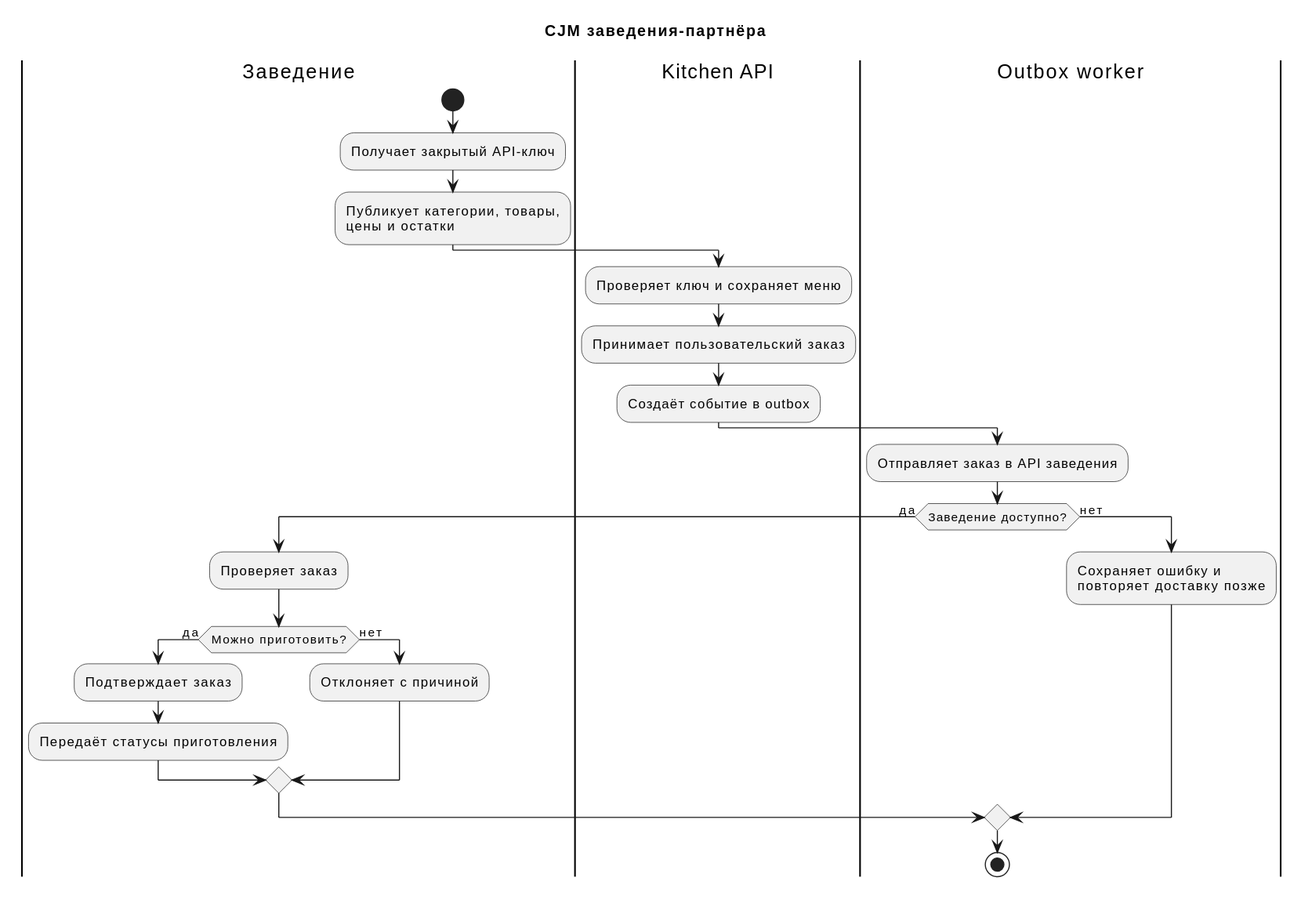
Before: docs/rendered/restaurant.svg, a diagram exported from PlantUML (leedcee/restaurant-delivery-microservices). Its diagram source:
```plantuml
@startuml
title CJM заведения-партнёра
skinparam shadowing false

|Заведение|
start
:Получает закрытый API-ключ;
:Публикует категории, товары,
цены и остатки;
|Kitchen API|
:Проверяет ключ и сохраняет меню;
:Принимает пользовательский заказ;
:Создаёт событие в outbox;
|Outbox worker|
:Отправляет заказ в API заведения;
if (Заведение доступно?) then (да)
  |Заведение|
  :Проверяет заказ;
  if (Можно приготовить?) then (да)
    :Подтверждает заказ;
    :Передаёт статусы приготовления;
  else (нет)
    :Отклоняет с причиной;
  endif
else (нет)
  |Outbox worker|
  :Сохраняет ошибку и
повторяет доставку позже;
endif
stop
@enduml
```
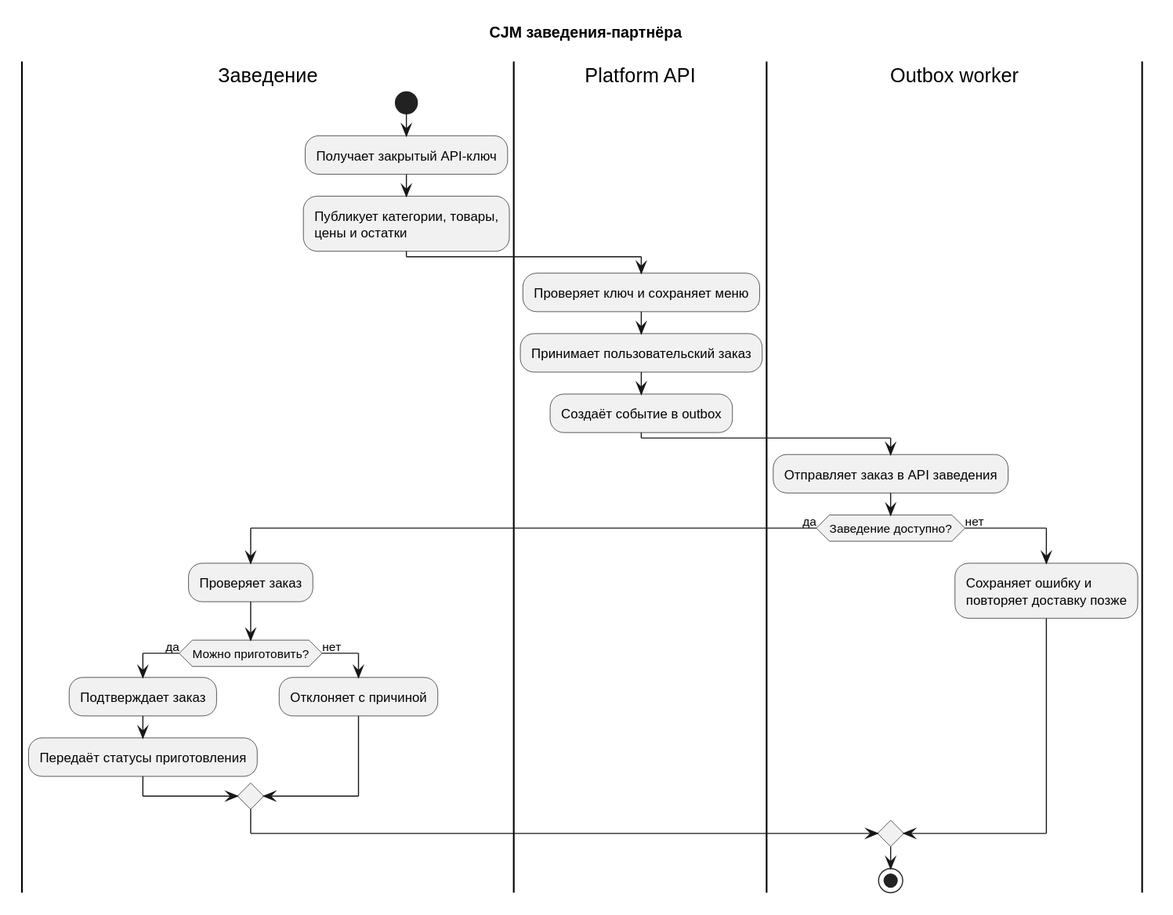
After the change.

What changed in the source:
```diff
@@ -7,7 +7,7 @@
 :Получает закрытый API-ключ;
 :Публикует категории, товары,
 цены и остатки;
-|Kitchen API|
+|Platform API|
 :Проверяет ключ и сохраняет меню;
 :Принимает пользовательский заказ;
 :Создаёт событие в outbox;
```
